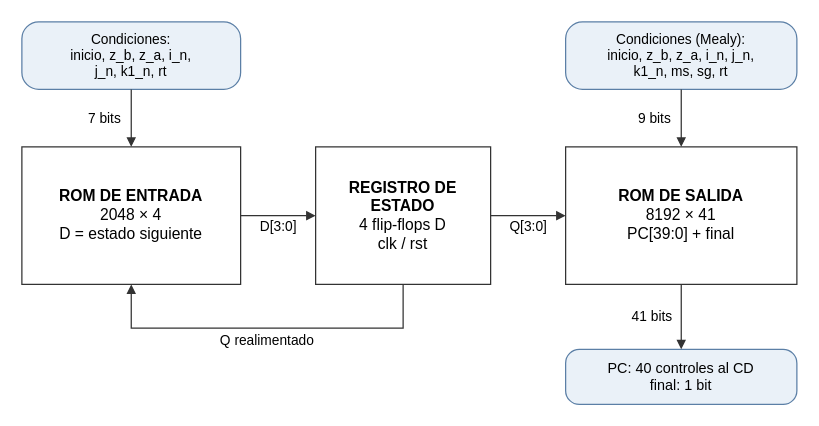
Earlier version of the draw.io diagram informe/figuras/uc_procesador.drawio (juanfedelgadoa-lgtm/taller-5-microprocesadores). Source tidied: cells renumbered, new cells numbered last; positions are measured from the earlier drawing's top-left corner, leaving out a move shared by most shapes. Both pictures are drawn from the tidied source at 125%, with x=0, y=0 at pixel (21, 21).
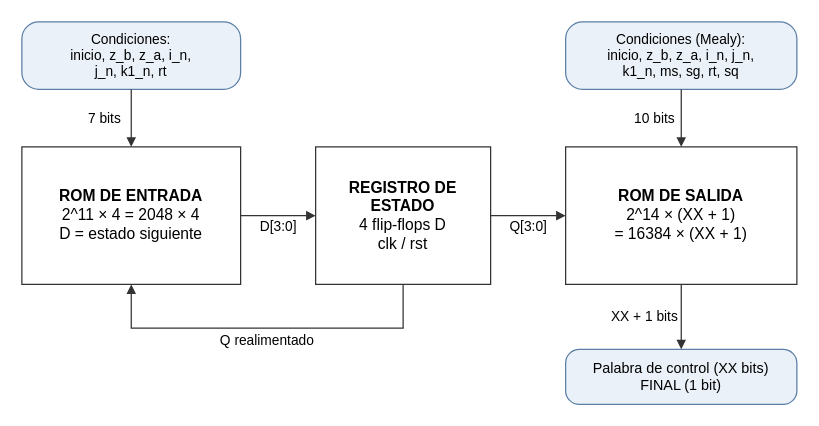
Above is the later version.

The edit, as a diff of the source:
```diff
@@
 <mxGraphModel>
   <root>
     <mxCell id="0" />
     <mxCell id="1" parent="0" />
-    <mxCell id="2" value="&lt;b&gt;ROM DE ENTRADA&lt;/b&gt;&lt;br&gt;2048 × 4&lt;br&gt;D = estado siguiente" style="fontFamily=Helvetica;rounded=0;whiteSpace=wrap;html=1;fillColor=#FFFFFF;strokeColor=#333333;fontSize=12;fontSize=12.5;" parent="1" vertex="1">
+    <mxCell id="2" value="&lt;b&gt;ROM DE ENTRADA&lt;/b&gt;&lt;br&gt;2^11 × 4 = 2048 × 4&lt;br&gt;D = estado siguiente" style="fontFamily=Helvetica;rounded=0;whiteSpace=wrap;html=1;fillColor=#FFFFFF;strokeColor=#333333;fontSize=12;fontSize=12.5;" parent="1" vertex="1">
       <mxGeometry y="100" width="175" height="110" as="geometry" />
     </mxCell>
     <mxCell id="3" value="&lt;b&gt;REGISTRO DE&lt;br&gt;ESTADO&lt;/b&gt;&lt;br&gt;4 flip-flops D&lt;br&gt;clk / rst" style="fontFamily=Helvetica;rounded=0;whiteSpace=wrap;html=1;fillColor=#FFFFFF;strokeColor=#333333;fontSize=12;fontSize=12.5;" parent="1" vertex="1">
       <mxGeometry x="235" y="100" width="140" height="110" as="geometry" />
     </mxCell>
-    <mxCell id="4" value="&lt;b&gt;ROM DE SALIDA&lt;/b&gt;&lt;br&gt;8192 × 41&lt;br&gt;PC[39:0] + final" style="fontFamily=Helvetica;rounded=0;whiteSpace=wrap;html=1;fillColor=#FFFFFF;strokeColor=#333333;fontSize=12;fontSize=12.5;" parent="1" vertex="1">
+    <mxCell id="4" value="&lt;b&gt;ROM DE SALIDA&lt;/b&gt;&lt;br&gt;2^14 × (XX + 1)&lt;br&gt;= 16384 × (XX + 1)" style="fontFamily=Helvetica;rounded=0;whiteSpace=wrap;html=1;fillColor=#FFFFFF;strokeColor=#333333;fontSize=12;fontSize=12.5;" parent="1" vertex="1">
       <mxGeometry x="435" y="100" width="185" height="110" as="geometry" />
     </mxCell>
     <mxCell id="5" value="Condiciones:&lt;br&gt;inicio, z_b, z_a, i_n,&lt;br&gt;j_n, k1_n, rt" style="fontFamily=Helvetica;rounded=1;arcSize=25;whiteSpace=wrap;html=1;fillColor=#EAF1F8;strokeColor=#5B7FA6;fontSize=10.5;fontSize=11;" parent="1" vertex="1">
       <mxGeometry width="175" height="54" as="geometry" />
     </mxCell>
-    <mxCell id="6" value="Condiciones (Mealy):&lt;br&gt;inicio, z_b, z_a, i_n, j_n,&lt;br&gt;k1_n, ms, sg, rt" style="fontFamily=Helvetica;rounded=1;arcSize=25;whiteSpace=wrap;html=1;fillColor=#EAF1F8;strokeColor=#5B7FA6;fontSize=10.5;fontSize=11;" parent="1" vertex="1">
+    <mxCell id="6" value="Condiciones (Mealy):&lt;br&gt;inicio, z_b, z_a, i_n, j_n,&lt;br&gt;k1_n, ms, sg, rt, sq" style="fontFamily=Helvetica;rounded=1;arcSize=25;whiteSpace=wrap;html=1;fillColor=#EAF1F8;strokeColor=#5B7FA6;fontSize=10.5;fontSize=11;" parent="1" vertex="1">
       <mxGeometry x="435" width="185" height="54" as="geometry" />
     </mxCell>
-    <mxCell id="7" value="PC: 40 controles al CD&lt;br&gt;final: 1 bit" style="fontFamily=Helvetica;rounded=1;arcSize=25;whiteSpace=wrap;html=1;fillColor=#EAF1F8;strokeColor=#5B7FA6;fontSize=10.5;fontSize=11.5;" parent="1" vertex="1">
+    <mxCell id="7" value="Palabra de control (XX bits)&lt;br&gt;FINAL (1 bit)" style="fontFamily=Helvetica;rounded=1;arcSize=25;whiteSpace=wrap;html=1;fillColor=#EAF1F8;strokeColor=#5B7FA6;fontSize=10.5;fontSize=11.5;" parent="1" vertex="1">
       <mxGeometry x="435" y="262" width="185" height="44" as="geometry" />
     </mxCell>
     <mxCell id="8" value="7 bits" style="edgeStyle=orthogonalEdgeStyle;rounded=0;html=1;endArrow=block;endFill=1;endSize=5;strokeColor=#333333;fontSize=9;fontFamily=Helvetica;labelBackgroundColor=#FFFFFF;fontSize=11;exitX=0.5;exitY=1;exitDx=0;exitDy=0;entryX=0.5;entryY=0;entryDx=0;entryDy=0;" parent="1" edge="1" source="5" target="2">
       <mxGeometry y="-22" relative="1" as="geometry" />
     </mxCell>
-    <mxCell id="9" value="9 bits" style="edgeStyle=orthogonalEdgeStyle;rounded=0;html=1;endArrow=block;endFill=1;endSize=5;strokeColor=#333333;fontSize=9;fontFamily=Helvetica;labelBackgroundColor=#FFFFFF;fontSize=11;exitX=0.5;exitY=1;exitDx=0;exitDy=0;entryX=0.5;entryY=0;entryDx=0;entryDy=0;" parent="1" edge="1" source="6" target="4">
+    <mxCell id="9" value="10 bits" style="edgeStyle=orthogonalEdgeStyle;rounded=0;html=1;endArrow=block;endFill=1;endSize=5;strokeColor=#333333;fontSize=9;fontFamily=Helvetica;labelBackgroundColor=#FFFFFF;fontSize=11;exitX=0.5;exitY=1;exitDx=0;exitDy=0;entryX=0.5;entryY=0;entryDx=0;entryDy=0;" parent="1" edge="1" source="6" target="4">
       <mxGeometry y="-22" relative="1" as="geometry" />
     </mxCell>
     <mxCell id="10" value="D[3:0]" style="edgeStyle=orthogonalEdgeStyle;rounded=0;html=1;endArrow=block;endFill=1;endSize=5;strokeColor=#333333;fontSize=9;fontFamily=Helvetica;labelBackgroundColor=#FFFFFF;fontSize=11;" parent="1" edge="1" source="2" target="3">
       <mxGeometry y="-9" relative="1" as="geometry" />
     </mxCell>
     <mxCell id="11" value="Q[3:0]" style="edgeStyle=orthogonalEdgeStyle;rounded=0;html=1;endArrow=block;endFill=1;endSize=5;strokeColor=#333333;fontSize=9;fontFamily=Helvetica;labelBackgroundColor=#FFFFFF;fontSize=11;" parent="1" edge="1" source="3" target="4">
       <mxGeometry y="-9" relative="1" as="geometry" />
     </mxCell>
     <mxCell id="12" value="Q realimentado" style="edgeStyle=orthogonalEdgeStyle;rounded=0;html=1;endArrow=block;endFill=1;endSize=5;strokeColor=#333333;fontSize=9;fontFamily=Helvetica;labelBackgroundColor=#FFFFFF;fontSize=11;exitX=0.5;exitY=1;exitDx=0;exitDy=0;entryX=0.5;entryY=1;entryDx=0;entryDy=0;" parent="1" edge="1" source="3" target="2">
       <mxGeometry y="10" relative="1" as="geometry">
         <Array as="points">
           <mxPoint x="305" y="245" />
           <mxPoint x="87.5" y="245" />
         </Array>
       </mxGeometry>
     </mxCell>
-    <mxCell id="13" value="41 bits" style="edgeStyle=orthogonalEdgeStyle;rounded=0;html=1;endArrow=block;endFill=1;endSize=5;strokeColor=#333333;fontSize=9;fontFamily=Helvetica;labelBackgroundColor=#FFFFFF;fontSize=11;exitX=0.5;exitY=1;exitDx=0;exitDy=0;entryX=0.5;entryY=0;entryDx=0;entryDy=0;" parent="1" edge="1" source="4" target="7">
-      <mxGeometry y="-24" relative="1" as="geometry" />
+    <mxCell id="13" value="XX + 1 bits" style="edgeStyle=orthogonalEdgeStyle;rounded=0;html=1;endArrow=block;endFill=1;endSize=5;strokeColor=#333333;fontSize=9;fontFamily=Helvetica;labelBackgroundColor=#FFFFFF;fontSize=11;exitX=0.5;exitY=1;exitDx=0;exitDy=0;entryX=0.5;entryY=0;entryDx=0;entryDy=0;" parent="1" edge="1" source="4" target="7">
+      <mxGeometry y="-30" relative="1" as="geometry" />
     </mxCell>
   </root>
 </mxGraphModel>
```
